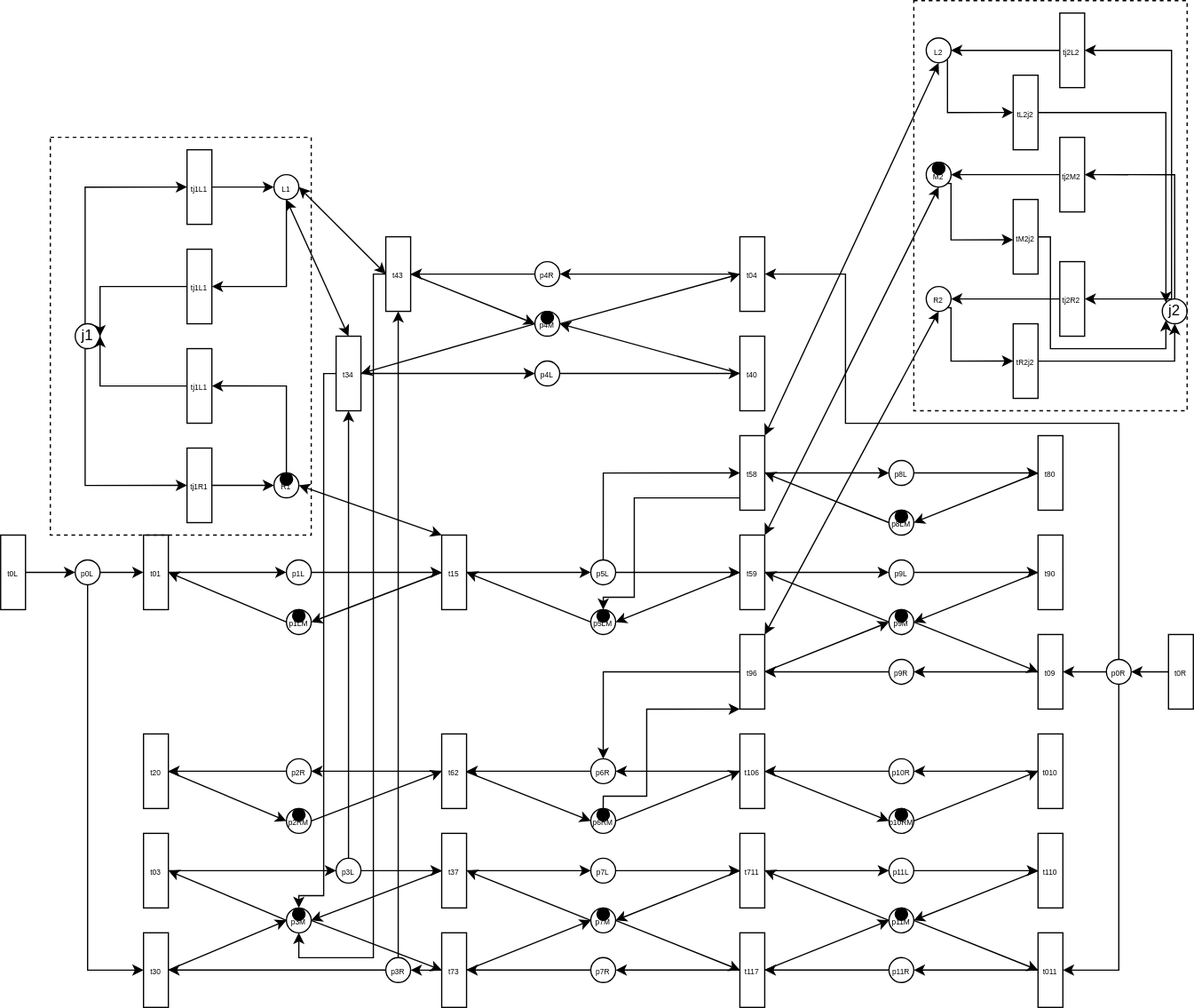
This is PetriDiagram/fullmodel.drawio.svg from HarryLe95/PetriRail, a draw.io export, as it was before one commit. Source tidied: cells renumbered, new cells last; positions are measured from the earlier drawing's top-left corner, leaving out a move shared by most shapes.
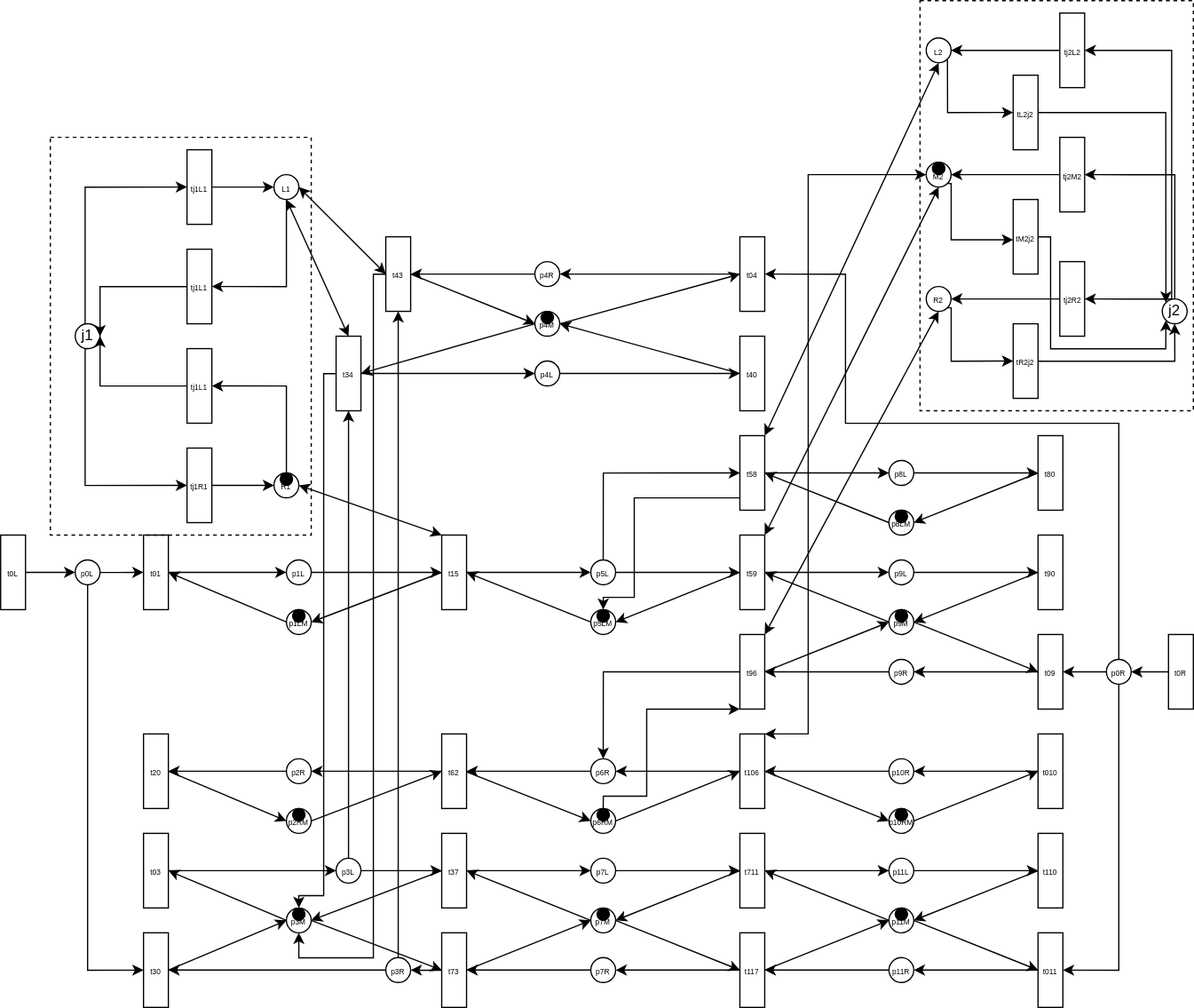
Later version of the same file.

Commit message:
Update full model

What changed in the source:
```diff
@@ -594,7 +594,7 @@
       <mxGeometry x="815" y="260" width="20" height="60" as="geometry" />
     </mxCell>
     <mxCell id="170" style="rounded=0;whiteSpace=wrap;html=1;dashed=1;fillStyle=zigzag-line;fillOpacity=0;arcSize=12;strokeOpacity=100;imageHeight=24;" parent="1" vertex="1">
-      <mxGeometry x="735" width="220" height="330" as="geometry" />
+      <mxGeometry x="740" width="220" height="330" as="geometry" />
     </mxCell>
     <mxCell id="171" style="edgeStyle=orthogonalEdgeStyle;rounded=0;jettySize=auto;html=1;entryX=0;entryY=0.5;entryDx=0;entryDy=0;" parent="1" edge="1" source="172" target="175">
       <mxGeometry relative="1" as="geometry" />
@@ -680,5 +680,13 @@
     <mxCell id="194" style="ellipse;whiteSpace=wrap;html=1;fillColor=#000000;" parent="1" vertex="1">
       <mxGeometry x="750" y="130" width="10" height="10" as="geometry" />
     </mxCell>
+    <mxCell id="195" style="endArrow=classic;startArrow=classic;html=1;rounded=0;exitX=1;exitY=0;exitDx=0;exitDy=0;entryX=0;entryY=0.5;entryDx=0;entryDy=0;" parent="1" edge="1" source="64" target="113">
+      <mxGeometry relative="1" as="geometry">
+        <Array as="points">
+          <mxPoint x="650" y="590" />
+          <mxPoint x="650" y="140" />
+        </Array>
+      </mxGeometry>
+    </mxCell>
   </root>
 </mxGraphModel>
```
